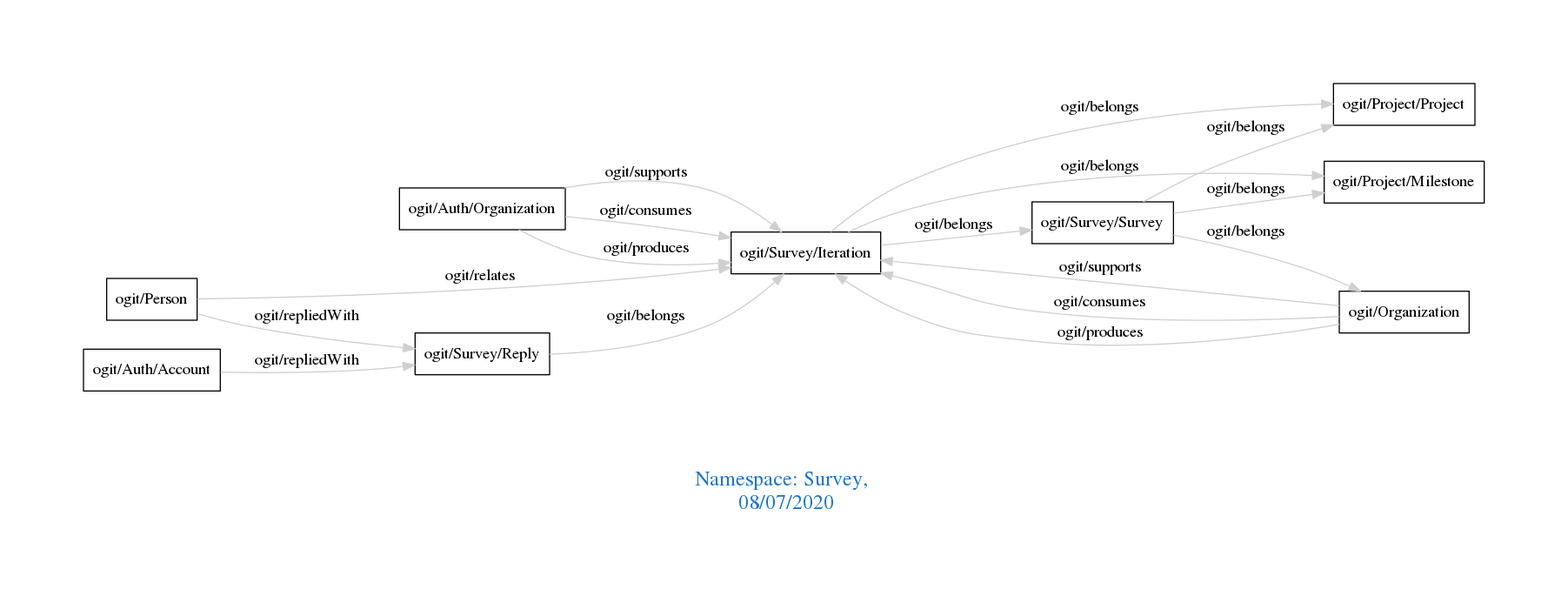
The Graphviz diagram downloads/Survey.png in arago/OGIT, before a commit. Its source is kept beside it as downloads/Survey.dot.
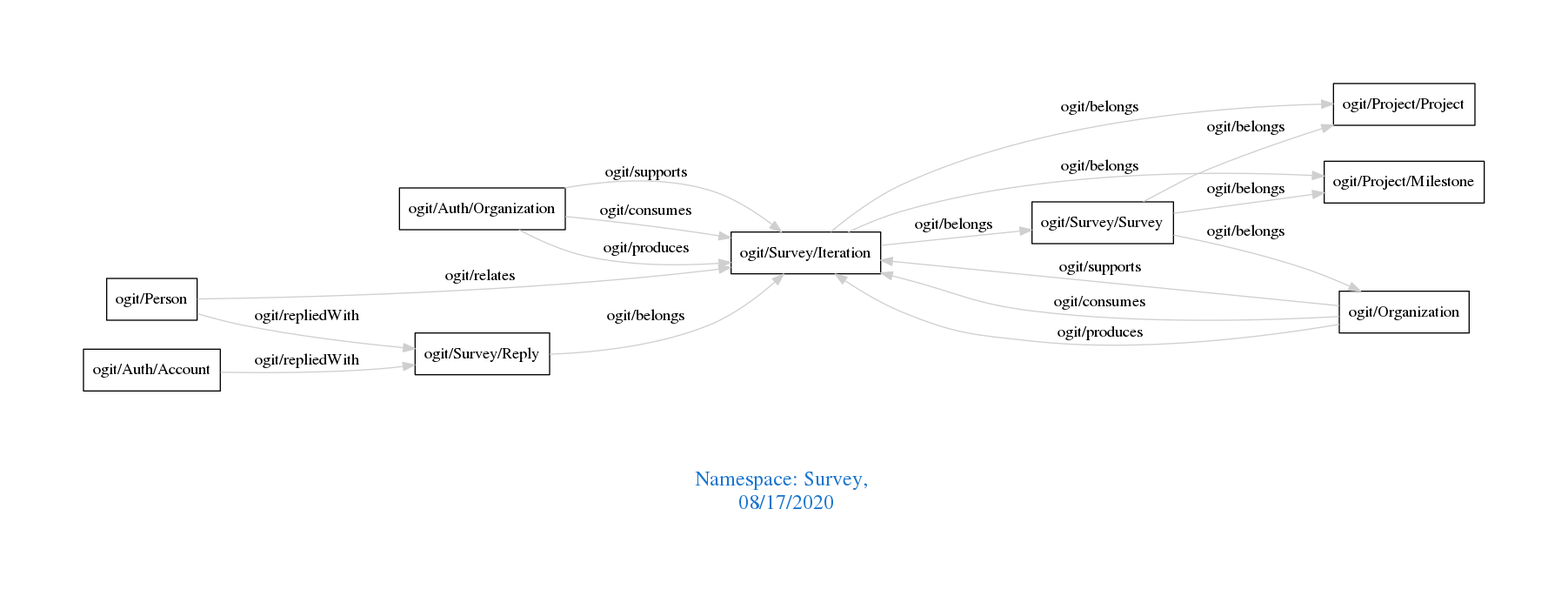
After the commit.

What changed in the source:
```diff
@@ -1,7 +1,7 @@
 digraph OGIT_ontology {
  graph [ rankdir= LR,pad=1
 fontsize = 18,
-fontcolor= dodgerblue3,label = "\n\n\nNamespace: Survey, \n 08/07/2020"];
+fontcolor= dodgerblue3,label = "\n\n\nNamespace: Survey, \n 08/17/2020"];
 node[shape=polygon];
 edge [  color="gray81"];
 
```
